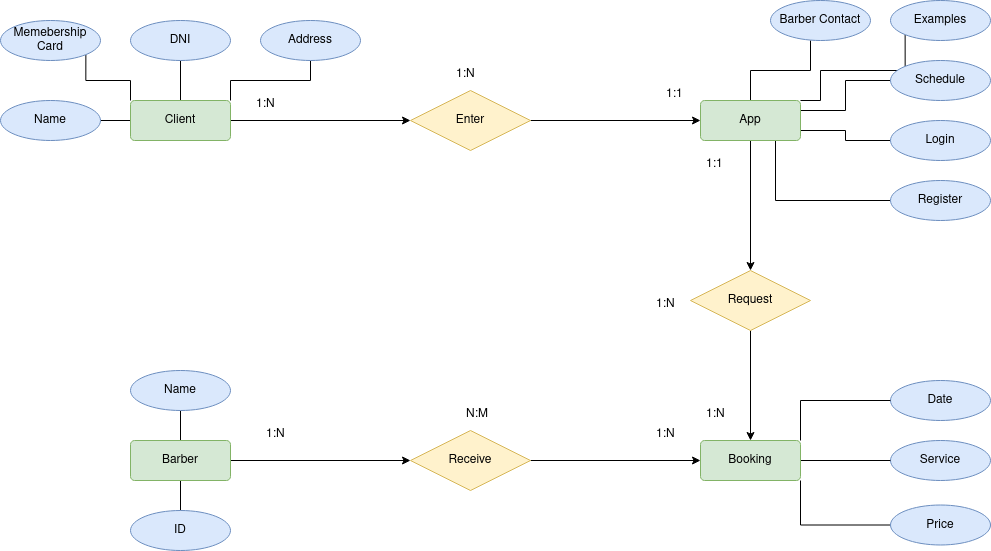
Before: doc/Entidad relacion/EN-Model_entity_relation.drawio.png, a diagram exported from draw.io (colidom/proyecto-ets). Source tidied: cells renumbered, new cells last; positions are measured from the earlier drawing's top-left corner, leaving out a move shared by most shapes.
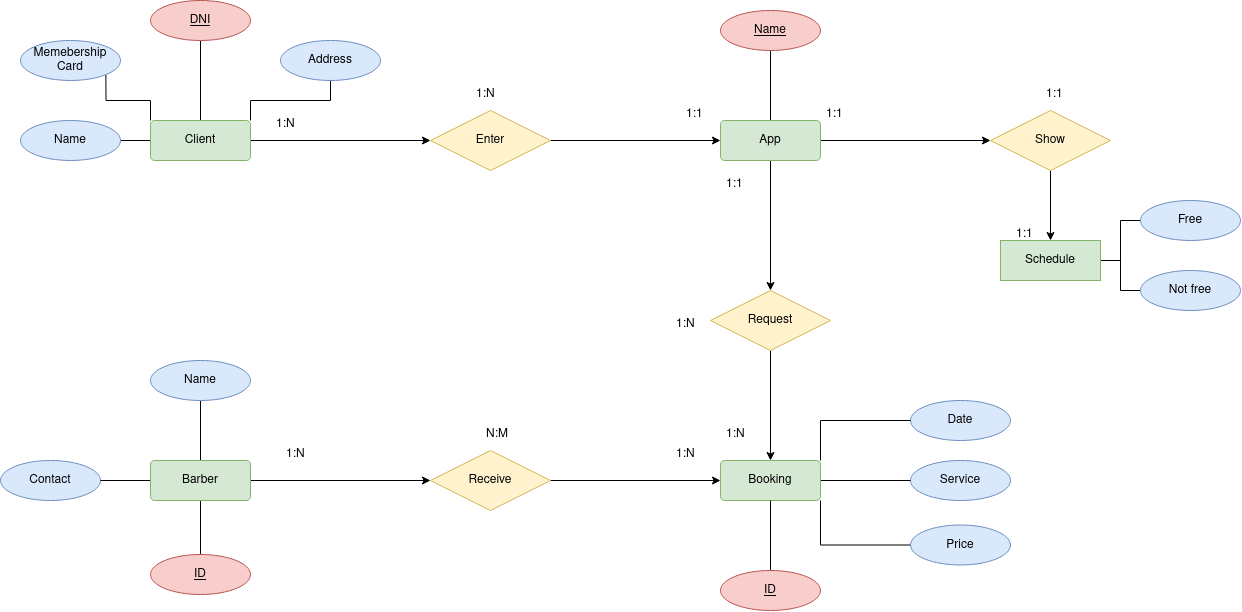
After the commit.

Diff of the diagram source:
```diff
@@ -29,45 +29,18 @@
     <mxCell id="10" value="Date" style="ellipse;whiteSpace=wrap;html=1;align=center;fillColor=#dae8fc;strokeColor=#6c8ebf;" parent="1" vertex="1">
       <mxGeometry x="890" y="380" width="100" height="40" as="geometry" />
     </mxCell>
-    <mxCell id="11" style="edgeStyle=orthogonalEdgeStyle;rounded=0;jettySize=auto;html=1;exitX=0.5;exitY=0;exitDx=0;exitDy=0;entryX=0.4;entryY=1;entryDx=0;entryDy=0;entryPerimeter=0;endArrow=none;endFill=0;" parent="1" edge="1" source="17" target="26">
-      <mxGeometry relative="1" as="geometry" />
-    </mxCell>
-    <mxCell id="12" style="edgeStyle=orthogonalEdgeStyle;rounded=0;jettySize=auto;html=1;exitX=1;exitY=0.25;exitDx=0;exitDy=0;entryX=0;entryY=0.5;entryDx=0;entryDy=0;endArrow=none;endFill=0;" parent="1" edge="1" source="17" target="19">
-      <mxGeometry relative="1" as="geometry" />
-    </mxCell>
-    <mxCell id="13" style="edgeStyle=orthogonalEdgeStyle;rounded=0;jettySize=auto;html=1;exitX=1;exitY=0;exitDx=0;exitDy=0;entryX=0;entryY=1;entryDx=0;entryDy=0;endArrow=none;endFill=0;" parent="1" edge="1" source="17" target="18">
-      <mxGeometry relative="1" as="geometry">
-        <Array as="points">
-          <mxPoint x="820" y="100" />
-          <mxPoint x="820" y="70" />
-          <mxPoint x="905" y="70" />
-        </Array>
-      </mxGeometry>
-    </mxCell>
-    <mxCell id="14" style="edgeStyle=orthogonalEdgeStyle;rounded=0;jettySize=auto;html=1;exitX=1;exitY=0.75;exitDx=0;exitDy=0;entryX=0;entryY=0.5;entryDx=0;entryDy=0;endArrow=none;endFill=0;" parent="1" edge="1" source="17" target="20">
-      <mxGeometry relative="1" as="geometry" />
-    </mxCell>
-    <mxCell id="15" style="edgeStyle=orthogonalEdgeStyle;rounded=0;jettySize=auto;html=1;exitX=0.75;exitY=1;exitDx=0;exitDy=0;entryX=0;entryY=0.5;entryDx=0;entryDy=0;endArrow=none;endFill=0;" parent="1" edge="1" source="17" target="21">
-      <mxGeometry relative="1" as="geometry" />
-    </mxCell>
     <mxCell id="16" style="edgeStyle=orthogonalEdgeStyle;rounded=0;jettySize=auto;html=1;exitX=0.5;exitY=1;exitDx=0;exitDy=0;entryX=0.5;entryY=0;entryDx=0;entryDy=0;" parent="1" edge="1" source="17" target="29">
       <mxGeometry relative="1" as="geometry" />
     </mxCell>
+    <mxCell id="52" style="edgeStyle=orthogonalEdgeStyle;rounded=0;jettySize=auto;html=1;exitX=0.5;exitY=0;exitDx=0;exitDy=0;entryX=0.5;entryY=1;entryDx=0;entryDy=0;endArrow=none;endFill=0;" parent="1" edge="1" source="17" target="55">
+      <mxGeometry relative="1" as="geometry" />
+    </mxCell>
+    <mxCell id="53" style="edgeStyle=orthogonalEdgeStyle;rounded=0;jettySize=auto;html=1;exitX=1;exitY=0.5;exitDx=0;exitDy=0;entryX=0;entryY=0.5;entryDx=0;entryDy=0;" parent="1" edge="1" source="17" target="57">
+      <mxGeometry relative="1" as="geometry" />
+    </mxCell>
     <mxCell id="17" value="App" style="rounded=1;arcSize=10;whiteSpace=wrap;html=1;align=center;fillColor=#d5e8d4;strokeColor=#82b366;" parent="1" vertex="1">
       <mxGeometry x="700" y="100" width="100" height="40" as="geometry" />
     </mxCell>
-    <mxCell id="18" value="Examples" style="ellipse;whiteSpace=wrap;html=1;align=center;fillColor=#dae8fc;strokeColor=#6c8ebf;" parent="1" vertex="1">
-      <mxGeometry x="890" width="100" height="40" as="geometry" />
-    </mxCell>
-    <mxCell id="19" value="Schedule" style="ellipse;whiteSpace=wrap;html=1;align=center;fillColor=#dae8fc;strokeColor=#6c8ebf;" parent="1" vertex="1">
-      <mxGeometry x="890" y="60" width="100" height="40" as="geometry" />
-    </mxCell>
-    <mxCell id="20" value="Login" style="ellipse;whiteSpace=wrap;html=1;align=center;fillColor=#dae8fc;strokeColor=#6c8ebf;" parent="1" vertex="1">
-      <mxGeometry x="890" y="120" width="100" height="40" as="geometry" />
-    </mxCell>
-    <mxCell id="21" value="Register" style="ellipse;whiteSpace=wrap;html=1;align=center;fillColor=#dae8fc;strokeColor=#6c8ebf;" parent="1" vertex="1">
-      <mxGeometry x="890" y="180" width="100" height="40" as="geometry" />
-    </mxCell>
     <mxCell id="22" value="Name" style="ellipse;whiteSpace=wrap;html=1;align=center;fillColor=#dae8fc;strokeColor=#6c8ebf;" parent="1" vertex="1">
       <mxGeometry y="100" width="100" height="40" as="geometry" />
     </mxCell>
@@ -77,11 +50,8 @@
     <mxCell id="24" value="Memebership Card" style="ellipse;whiteSpace=wrap;html=1;align=center;fillColor=#dae8fc;strokeColor=#6c8ebf;" parent="1" vertex="1">
       <mxGeometry y="20" width="100" height="40" as="geometry" />
     </mxCell>
-    <mxCell id="25" value="DNI" style="ellipse;whiteSpace=wrap;html=1;align=center;fillColor=#dae8fc;strokeColor=#6c8ebf;" parent="1" vertex="1">
-      <mxGeometry x="130" y="20" width="100" height="40" as="geometry" />
-    </mxCell>
-    <mxCell id="26" value="Barber Contact" style="ellipse;whiteSpace=wrap;html=1;align=center;fillColor=#dae8fc;strokeColor=#6c8ebf;" parent="1" vertex="1">
-      <mxGeometry x="770" width="100" height="40" as="geometry" />
+    <mxCell id="26" value="Contact" style="ellipse;whiteSpace=wrap;html=1;align=center;fillColor=#dae8fc;strokeColor=#6c8ebf;" parent="1" vertex="1">
+      <mxGeometry x="-20" y="440" width="100" height="40" as="geometry" />
     </mxCell>
     <mxCell id="27" value="Service" style="ellipse;whiteSpace=wrap;html=1;align=center;fillColor=#dae8fc;strokeColor=#6c8ebf;" parent="1" vertex="1">
       <mxGeometry x="890" y="440" width="100" height="40" as="geometry" />
@@ -122,14 +92,17 @@
     <mxCell id="39" style="edgeStyle=orthogonalEdgeStyle;rounded=0;jettySize=auto;html=1;exitX=1;exitY=0.5;exitDx=0;exitDy=0;entryX=0;entryY=0.5;entryDx=0;entryDy=0;" parent="1" edge="1" source="40" target="36">
       <mxGeometry relative="1" as="geometry" />
     </mxCell>
+    <mxCell id="54" style="edgeStyle=orthogonalEdgeStyle;rounded=0;jettySize=auto;html=1;exitX=0;exitY=0.5;exitDx=0;exitDy=0;entryX=1;entryY=0.5;entryDx=0;entryDy=0;endArrow=none;endFill=0;" parent="1" edge="1" source="40" target="26">
+      <mxGeometry relative="1" as="geometry" />
+    </mxCell>
     <mxCell id="40" value="Barber" style="rounded=1;arcSize=10;whiteSpace=wrap;html=1;align=center;fillColor=#d5e8d4;strokeColor=#82b366;" parent="1" vertex="1">
       <mxGeometry x="130" y="440" width="100" height="40" as="geometry" />
     </mxCell>
-    <mxCell id="41" value="ID" style="ellipse;whiteSpace=wrap;html=1;align=center;fillColor=#dae8fc;strokeColor=#6c8ebf;" parent="1" vertex="1">
-      <mxGeometry x="130" y="510" width="100" height="40" as="geometry" />
+    <mxCell id="41" value="ID" style="ellipse;whiteSpace=wrap;html=1;align=center;fillColor=#f8cecc;strokeColor=#b85450;fontStyle=4;" parent="1" vertex="1">
+      <mxGeometry x="130" y="534" width="100" height="40" as="geometry" />
     </mxCell>
     <mxCell id="42" value="Name" style="ellipse;whiteSpace=wrap;html=1;align=center;fillColor=#dae8fc;strokeColor=#6c8ebf;" parent="1" vertex="1">
-      <mxGeometry x="130" y="370" width="100" height="40" as="geometry" />
+      <mxGeometry x="130" y="340" width="100" height="40" as="geometry" />
     </mxCell>
     <mxCell id="43" value="1:1" style="text;strokeColor=none;fillColor=none;spacingLeft=4;spacingRight=4;overflow=hidden;fontSize=12;whiteSpace=wrap;html=1;" parent="1" vertex="1">
       <mxGeometry x="660" y="80" width="40" height="30" as="geometry" />
@@ -158,5 +131,47 @@
     <mxCell id="51" value="1:N" style="text;strokeColor=none;fillColor=none;spacingLeft=4;spacingRight=4;overflow=hidden;fontSize=12;whiteSpace=wrap;html=1;" parent="1" vertex="1">
       <mxGeometry x="650" y="290" width="40" height="30" as="geometry" />
     </mxCell>
+    <mxCell id="25" value="DNI" style="ellipse;whiteSpace=wrap;html=1;align=center;fontStyle=4;fillColor=#f8cecc;strokeColor=#b85450;" parent="1" vertex="1">
+      <mxGeometry x="130" y="-20" width="100" height="40" as="geometry" />
+    </mxCell>
+    <mxCell id="55" value="Name" style="ellipse;whiteSpace=wrap;html=1;align=center;fontStyle=4;fillColor=#f8cecc;strokeColor=#b85450;" parent="1" vertex="1">
+      <mxGeometry x="700" y="-10" width="100" height="40" as="geometry" />
+    </mxCell>
+    <mxCell id="56" style="edgeStyle=orthogonalEdgeStyle;rounded=0;jettySize=auto;html=1;exitX=0.5;exitY=1;exitDx=0;exitDy=0;entryX=0.5;entryY=0;entryDx=0;entryDy=0;" parent="1" edge="1" source="57" target="19">
+      <mxGeometry relative="1" as="geometry" />
+    </mxCell>
+    <mxCell id="57" value="Show" style="shape=rhombus;perimeter=rhombusPerimeter;whiteSpace=wrap;html=1;align=center;fillColor=#fff2cc;strokeColor=#d6b656;" parent="1" vertex="1">
+      <mxGeometry x="970" y="90" width="120" height="60" as="geometry" />
+    </mxCell>
+    <mxCell id="58" style="edgeStyle=orthogonalEdgeStyle;rounded=0;jettySize=auto;html=1;exitX=1;exitY=0.5;exitDx=0;exitDy=0;entryX=0;entryY=0.5;entryDx=0;entryDy=0;endArrow=none;endFill=0;" parent="1" edge="1" source="19" target="65">
+      <mxGeometry relative="1" as="geometry" />
+    </mxCell>
+    <mxCell id="59" style="edgeStyle=orthogonalEdgeStyle;rounded=0;jettySize=auto;html=1;exitX=1;exitY=0.5;exitDx=0;exitDy=0;entryX=0;entryY=0.5;entryDx=0;entryDy=0;endArrow=none;endFill=0;" parent="1" edge="1" source="19" target="66">
+      <mxGeometry relative="1" as="geometry" />
+    </mxCell>
+    <mxCell id="19" value="Schedule" style="whiteSpace=wrap;html=1;align=center;fillColor=#d5e8d4;strokeColor=#82b366;" parent="1" vertex="1">
+      <mxGeometry x="980" y="220" width="100" height="40" as="geometry" />
+    </mxCell>
+    <mxCell id="60" style="edgeStyle=orthogonalEdgeStyle;rounded=0;jettySize=auto;html=1;exitX=0.5;exitY=0;exitDx=0;exitDy=0;entryX=0.5;entryY=1;entryDx=0;entryDy=0;endArrow=none;endFill=0;" parent="1" edge="1" source="61" target="33">
+      <mxGeometry relative="1" as="geometry" />
+    </mxCell>
+    <mxCell id="61" value="ID" style="ellipse;whiteSpace=wrap;html=1;align=center;fontStyle=4;fillColor=#f8cecc;strokeColor=#b85450;" parent="1" vertex="1">
+      <mxGeometry x="700" y="550" width="100" height="40" as="geometry" />
+    </mxCell>
+    <mxCell id="62" value="1:1" style="text;strokeColor=none;fillColor=none;spacingLeft=4;spacingRight=4;overflow=hidden;fontSize=12;whiteSpace=wrap;html=1;" parent="1" vertex="1">
+      <mxGeometry x="990" y="200" width="40" height="30" as="geometry" />
+    </mxCell>
+    <mxCell id="63" value="1:1" style="text;strokeColor=none;fillColor=none;spacingLeft=4;spacingRight=4;overflow=hidden;fontSize=12;whiteSpace=wrap;html=1;" parent="1" vertex="1">
+      <mxGeometry x="800" y="80" width="40" height="30" as="geometry" />
+    </mxCell>
+    <mxCell id="64" value="1:1" style="text;strokeColor=none;fillColor=none;spacingLeft=4;spacingRight=4;overflow=hidden;fontSize=12;whiteSpace=wrap;html=1;" parent="1" vertex="1">
+      <mxGeometry x="1020" y="60" width="40" height="30" as="geometry" />
+    </mxCell>
+    <mxCell id="65" value="Free" style="ellipse;whiteSpace=wrap;html=1;align=center;fillColor=#dae8fc;strokeColor=#6c8ebf;" parent="1" vertex="1">
+      <mxGeometry x="1120" y="180" width="100" height="40" as="geometry" />
+    </mxCell>
+    <mxCell id="66" value="Not free" style="ellipse;whiteSpace=wrap;html=1;align=center;fillColor=#dae8fc;strokeColor=#6c8ebf;" parent="1" vertex="1">
+      <mxGeometry x="1120" y="250" width="100" height="40" as="geometry" />
+    </mxCell>
   </root>
 </mxGraphModel>
```
